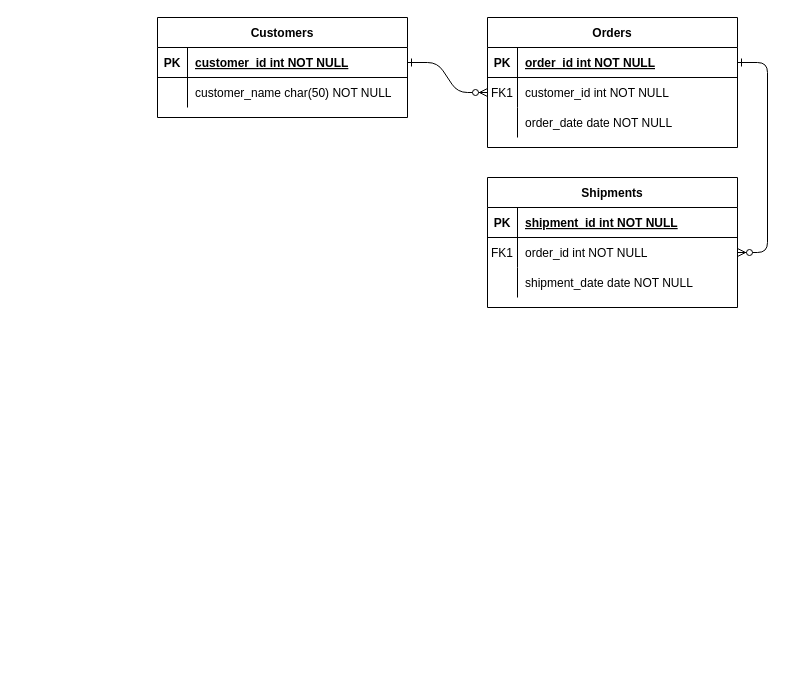
Earlier version of the draw.io diagram summer_session.drawio (vaaast-lake/diagrams). Source tidied: cells renumbered, new cells numbered last; positions are measured from the earlier drawing's top-left corner, leaving out a move shared by most shapes. Both pictures are drawn from the tidied source at 100%, with x=0, y=0 at pixel (157, 17).
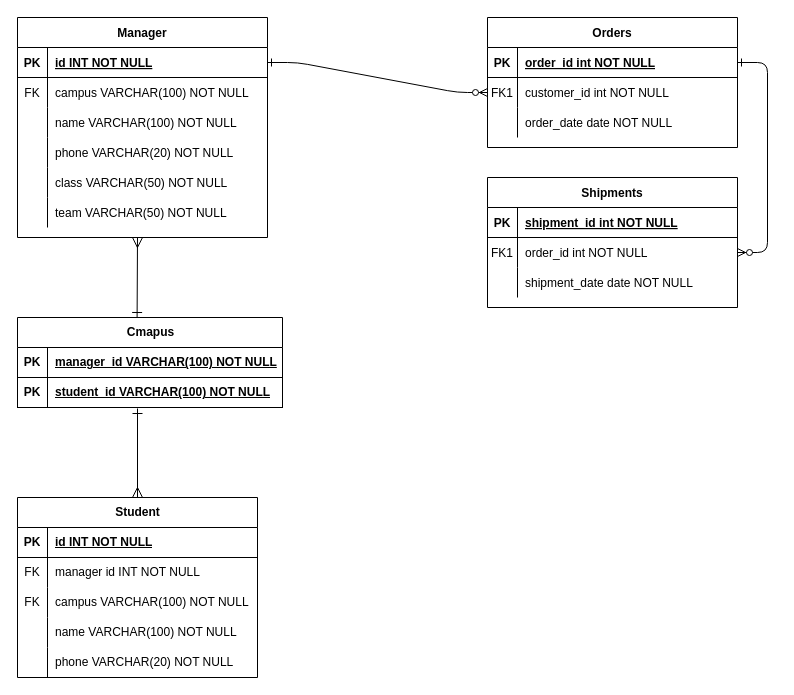
Above is the later version.

The change refers to these unchanged cells:
```xml
<mxCell id="25" style="shape=partialRectangle;fillColor=none;points=[[0,0.5],[1,0.5]];portConstraint=eastwest;top=0;left=0;right=0;bottom=1;" parent="24" vertex="1">
  <mxGeometry y="30" width="250" height="30" as="geometry" />
</mxCell>
```

The edit, as a diff of the source:
```diff
@@
-    <mxCell id="24" value="Customers" style="shape=table;startSize=30;childLayout=tableLayout;rowLines=0;fontStyle=1;align=center;" parent="1" vertex="1">
-      <mxGeometry width="250" height="100" as="geometry" />
+    <mxCell id="24" value="Manager" style="shape=table;startSize=30;childLayout=tableLayout;rowLines=0;fontStyle=1;align=center;" parent="1" vertex="1">
+      <mxGeometry x="-140" width="250" height="220" as="geometry" />
     </mxCell>
@@
-    <mxCell id="27" value="customer_id int NOT NULL " style="shape=partialRectangle;overflow=hidden;fillColor=none;top=0;left=0;bottom=0;right=0;align=left;spacingLeft=6;fontStyle=5;" parent="25" vertex="1">
+    <mxCell id="27" value="id INT NOT NULL " style="shape=partialRectangle;overflow=hidden;fillColor=none;top=0;left=0;bottom=0;right=0;align=left;spacingLeft=6;fontStyle=5;" parent="25" vertex="1">
       <mxGeometry x="30" width="220" height="30" as="geometry" />
     </mxCell>
+    <mxCell id="31" style="shape=partialRectangle;fillColor=none;top=0;left=0;right=0;bottom=0;" parent="24" vertex="1">
+      <mxGeometry y="60" width="250" height="30" as="geometry" />
+    </mxCell>
+    <mxCell id="32" value="FK" style="shape=partialRectangle;overflow=hidden;fillColor=none;top=0;left=0;bottom=0;right=0;" parent="31" vertex="1">
+      <mxGeometry width="30" height="30" as="geometry" />
+    </mxCell>
+    <mxCell id="33" value="campus VARCHAR(100) NOT NULL" style="shape=partialRectangle;overflow=hidden;fillColor=none;top=0;left=0;bottom=0;right=0;align=left;spacingLeft=6;" parent="31" vertex="1">
+      <mxGeometry x="30" width="220" height="30" as="geometry" />
+    </mxCell>
     <mxCell id="28" style="shape=partialRectangle;fillColor=none;top=0;left=0;right=0;bottom=0;" parent="24" vertex="1">
-      <mxGeometry y="60" width="250" height="30" as="geometry" />
+      <mxGeometry y="90" width="250" height="30" as="geometry" />
     </mxCell>
@@
-    <mxCell id="30" value="customer_name char(50) NOT NULL" style="shape=partialRectangle;overflow=hidden;fillColor=none;top=0;left=0;bottom=0;right=0;align=left;spacingLeft=6;" parent="28" vertex="1">
+    <mxCell id="30" value="name VARCHAR(100) NOT NULL" style="shape=partialRectangle;overflow=hidden;fillColor=none;top=0;left=0;bottom=0;right=0;align=left;spacingLeft=6;" parent="28" vertex="1">
       <mxGeometry x="30" width="220" height="30" as="geometry" />
     </mxCell>
+    <mxCell id="34" style="shape=partialRectangle;fillColor=none;top=0;left=0;right=0;bottom=0;" parent="24" vertex="1">
+      <mxGeometry y="120" width="250" height="30" as="geometry" />
+    </mxCell>
+    <mxCell id="35" style="shape=partialRectangle;overflow=hidden;fillColor=none;top=0;left=0;bottom=0;right=0;" parent="34" vertex="1">
+      <mxGeometry width="30" height="30" as="geometry" />
+    </mxCell>
+    <mxCell id="36" value="phone VARCHAR(20) NOT NULL" style="shape=partialRectangle;overflow=hidden;fillColor=none;top=0;left=0;bottom=0;right=0;align=left;spacingLeft=6;" parent="34" vertex="1">
+      <mxGeometry x="30" width="220" height="30" as="geometry" />
+    </mxCell>
+    <mxCell id="37" style="shape=partialRectangle;fillColor=none;top=0;left=0;right=0;bottom=0;" parent="24" vertex="1">
+      <mxGeometry y="150" width="250" height="30" as="geometry" />
+    </mxCell>
+    <mxCell id="38" style="shape=partialRectangle;overflow=hidden;fillColor=none;top=0;left=0;bottom=0;right=0;" parent="37" vertex="1">
+      <mxGeometry width="30" height="30" as="geometry" />
+    </mxCell>
+    <mxCell id="39" value="class VARCHAR(50) NOT NULL" style="shape=partialRectangle;overflow=hidden;fillColor=none;top=0;left=0;bottom=0;right=0;align=left;spacingLeft=6;" parent="37" vertex="1">
+      <mxGeometry x="30" width="220" height="30" as="geometry" />
+    </mxCell>
+    <mxCell id="40" style="shape=partialRectangle;fillColor=none;top=0;left=0;right=0;bottom=0;" parent="24" vertex="1">
+      <mxGeometry y="180" width="250" height="30" as="geometry" />
+    </mxCell>
+    <mxCell id="41" style="shape=partialRectangle;overflow=hidden;fillColor=none;top=0;left=0;bottom=0;right=0;" parent="40" vertex="1">
+      <mxGeometry width="30" height="30" as="geometry" />
+    </mxCell>
+    <mxCell id="42" value="team VARCHAR(50) NOT NULL" style="shape=partialRectangle;overflow=hidden;fillColor=none;top=0;left=0;bottom=0;right=0;align=left;spacingLeft=6;" parent="40" vertex="1">
+      <mxGeometry x="30" width="220" height="30" as="geometry" />
+    </mxCell>
+    <mxCell id="43" value="Student" style="shape=table;startSize=30;childLayout=tableLayout;rowLines=0;fontStyle=1;align=center;html=1;" parent="1" vertex="1">
+      <mxGeometry x="-140" y="480" width="240" height="180" as="geometry" />
+    </mxCell>
+    <mxCell id="44" style="shape=tableRow;horizontal=0;startSize=0;swimlaneHead=0;swimlaneBody=0;fillColor=none;top=0;left=0;right=0;bottom=1;" parent="43" vertex="1">
+      <mxGeometry y="30" width="240" height="30" as="geometry" />
+    </mxCell>
+    <mxCell id="45" value="PK" style="shape=partialRectangle;fillColor=none;top=0;left=0;bottom=0;right=0;fontStyle=1;overflow=hidden;whiteSpace=wrap;html=1;" parent="44" vertex="1">
+      <mxGeometry width="30" height="30" as="geometry" />
+    </mxCell>
+    <mxCell id="46" value="&lt;span style=&quot;text-wrap: nowrap;&quot;&gt;id INT NOT NULL&lt;/span&gt;" style="shape=partialRectangle;fillColor=none;top=0;left=0;bottom=0;right=0;align=left;spacingLeft=6;fontStyle=5;overflow=hidden;whiteSpace=wrap;html=1;" parent="44" vertex="1">
+      <mxGeometry x="30" width="210" height="30" as="geometry" />
+    </mxCell>
+    <mxCell id="47" style="shape=tableRow;horizontal=0;startSize=0;swimlaneHead=0;swimlaneBody=0;fillColor=none;top=0;left=0;right=0;bottom=0;" parent="43" vertex="1">
+      <mxGeometry y="60" width="240" height="30" as="geometry" />
+    </mxCell>
+    <mxCell id="48" value="FK" style="shape=partialRectangle;fillColor=none;top=0;left=0;bottom=0;right=0;fontStyle=0;overflow=hidden;whiteSpace=wrap;html=1;" parent="47" vertex="1">
+      <mxGeometry width="30" height="30" as="geometry" />
+    </mxCell>
+    <mxCell id="49" value="manager id INT NOT NULL" style="shape=partialRectangle;fillColor=none;top=0;left=0;bottom=0;right=0;align=left;spacingLeft=6;fontStyle=0;overflow=hidden;whiteSpace=wrap;html=1;" parent="47" vertex="1">
+      <mxGeometry x="30" width="210" height="30" as="geometry" />
+    </mxCell>
+    <mxCell id="50" style="shape=tableRow;horizontal=0;startSize=0;swimlaneHead=0;swimlaneBody=0;fillColor=none;top=0;left=0;right=0;bottom=0;" parent="43" vertex="1">
+      <mxGeometry y="90" width="240" height="30" as="geometry" />
+    </mxCell>
+    <mxCell id="51" value="FK" style="shape=partialRectangle;fillColor=none;top=0;left=0;bottom=0;right=0;overflow=hidden;whiteSpace=wrap;html=1;" parent="50" vertex="1">
+      <mxGeometry width="30" height="30" as="geometry" />
+    </mxCell>
+    <mxCell id="52" value="campus VARCHAR(100) NOT NULL" style="shape=partialRectangle;fillColor=none;top=0;left=0;bottom=0;right=0;align=left;spacingLeft=6;overflow=hidden;whiteSpace=wrap;html=1;" parent="50" vertex="1">
+      <mxGeometry x="30" width="210" height="30" as="geometry" />
+    </mxCell>
+    <mxCell id="53" style="shape=tableRow;horizontal=0;startSize=0;swimlaneHead=0;swimlaneBody=0;fillColor=none;top=0;left=0;right=0;bottom=0;" parent="43" vertex="1">
+      <mxGeometry y="120" width="240" height="30" as="geometry" />
+    </mxCell>
+    <mxCell id="54" style="shape=partialRectangle;fillColor=none;top=0;left=0;bottom=0;right=0;overflow=hidden;whiteSpace=wrap;html=1;" parent="53" vertex="1">
+      <mxGeometry width="30" height="30" as="geometry" />
+    </mxCell>
+    <mxCell id="55" value="name VARCHAR(100) NOT NULL" style="shape=partialRectangle;fillColor=none;top=0;left=0;bottom=0;right=0;align=left;spacingLeft=6;overflow=hidden;whiteSpace=wrap;html=1;" parent="53" vertex="1">
+      <mxGeometry x="30" width="210" height="30" as="geometry" />
+    </mxCell>
+    <mxCell id="56" style="shape=tableRow;horizontal=0;startSize=0;swimlaneHead=0;swimlaneBody=0;fillColor=none;top=0;left=0;right=0;bottom=0;" parent="43" vertex="1">
+      <mxGeometry y="150" width="240" height="30" as="geometry" />
+    </mxCell>
+    <mxCell id="57" style="shape=partialRectangle;fillColor=none;top=0;left=0;bottom=0;right=0;overflow=hidden;whiteSpace=wrap;html=1;" parent="56" vertex="1">
+      <mxGeometry width="30" height="30" as="geometry" />
+    </mxCell>
+    <mxCell id="58" value="phone VARCHAR(20) NOT NULL" style="shape=partialRectangle;fillColor=none;top=0;left=0;bottom=0;right=0;align=left;spacingLeft=6;overflow=hidden;whiteSpace=wrap;html=1;" parent="56" vertex="1">
+      <mxGeometry x="30" width="210" height="30" as="geometry" />
+    </mxCell>
+    <mxCell id="59" value="Cmapus" style="shape=table;startSize=30;childLayout=tableLayout;rowLines=0;fontStyle=1;align=center;html=1;" parent="1" vertex="1">
+      <mxGeometry x="-140" y="300" width="265" height="90" as="geometry" />
+    </mxCell>
+    <mxCell id="60" style="shape=tableRow;horizontal=0;startSize=0;swimlaneHead=0;swimlaneBody=0;fillColor=none;top=0;left=0;right=0;bottom=1;" parent="59" vertex="1">
+      <mxGeometry y="30" width="265" height="30" as="geometry" />
+    </mxCell>
+    <mxCell id="61" value="PK" style="shape=partialRectangle;fillColor=none;top=0;left=0;bottom=0;right=0;fontStyle=1;overflow=hidden;whiteSpace=wrap;html=1;" parent="60" vertex="1">
+      <mxGeometry width="30" height="30" as="geometry" />
+    </mxCell>
+    <mxCell id="62" value="manager_id VARCHAR(100) NOT NULL" style="shape=partialRectangle;fillColor=none;top=0;left=0;bottom=0;right=0;align=left;spacingLeft=6;fontStyle=5;overflow=hidden;whiteSpace=wrap;html=1;" parent="60" vertex="1">
+      <mxGeometry x="30" width="235" height="30" as="geometry" />
+    </mxCell>
+    <mxCell id="63" style="shape=tableRow;horizontal=0;startSize=0;swimlaneHead=0;swimlaneBody=0;fillColor=none;top=0;left=0;right=0;bottom=1;" parent="59" vertex="1">
+      <mxGeometry y="60" width="265" height="30" as="geometry" />
+    </mxCell>
+    <mxCell id="64" value="PK" style="shape=partialRectangle;fillColor=none;top=0;left=0;bottom=0;right=0;fontStyle=1;overflow=hidden;whiteSpace=wrap;html=1;" parent="63" vertex="1">
+      <mxGeometry width="30" height="30" as="geometry" />
+    </mxCell>
+    <mxCell id="65" value="student_id VARCHAR(100) NOT NULL" style="shape=partialRectangle;fillColor=none;top=0;left=0;bottom=0;right=0;align=left;spacingLeft=6;fontStyle=5;overflow=hidden;whiteSpace=wrap;html=1;" parent="63" vertex="1">
+      <mxGeometry x="30" width="235" height="30" as="geometry" />
+    </mxCell>
+    <mxCell id="66" style="fontSize=12;html=1;endArrow=ERmany;rounded=0;startSize=8;endSize=8;entryX=0.5;entryY=0;entryDx=0;entryDy=0;strokeColor=default;startArrow=ERone;startFill=0;" parent="1" edge="1" target="43">
+      <mxGeometry relative="1" as="geometry">
+        <mxPoint x="-20" y="391" as="sourcePoint" />
+      </mxGeometry>
+    </mxCell>
+    <mxCell id="67" style="fontSize=12;html=1;endArrow=ERone;rounded=0;startSize=8;endSize=8;entryX=0.5;entryY=0;entryDx=0;entryDy=0;strokeColor=default;startArrow=ERmany;startFill=0;endFill=0;" parent="1" edge="1">
+      <mxGeometry relative="1" as="geometry">
+        <mxPoint x="-20" y="220" as="sourcePoint" />
+        <mxPoint x="-20.4" y="300" as="targetPoint" />
+      </mxGeometry>
+    </mxCell>
```
